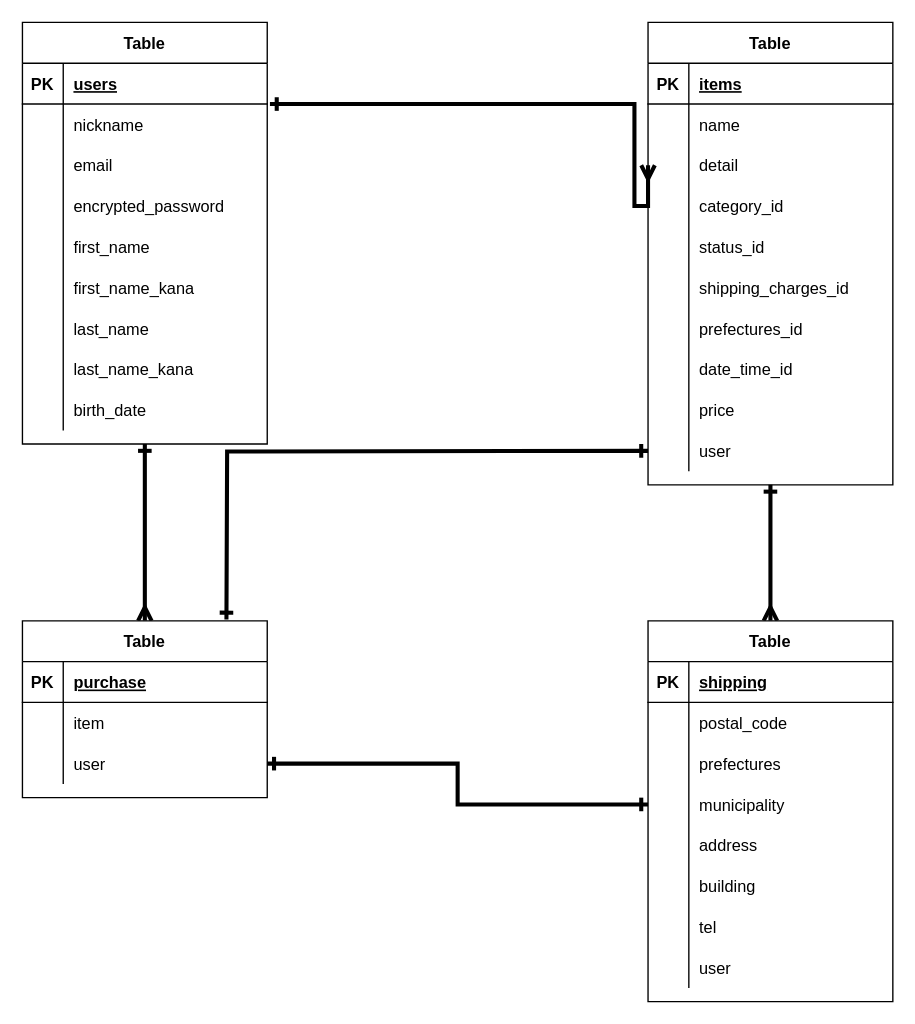
The draw.io diagram furima.dio in kawara0329/furima-35969, before the edit. Source tidied: cells renumbered, new cells numbered last; positions are measured from the earlier drawing's top-left corner, leaving out a move shared by most shapes. Both pictures are drawn from the tidied source at 136%, with x=0, y=0 at pixel (22, 22).
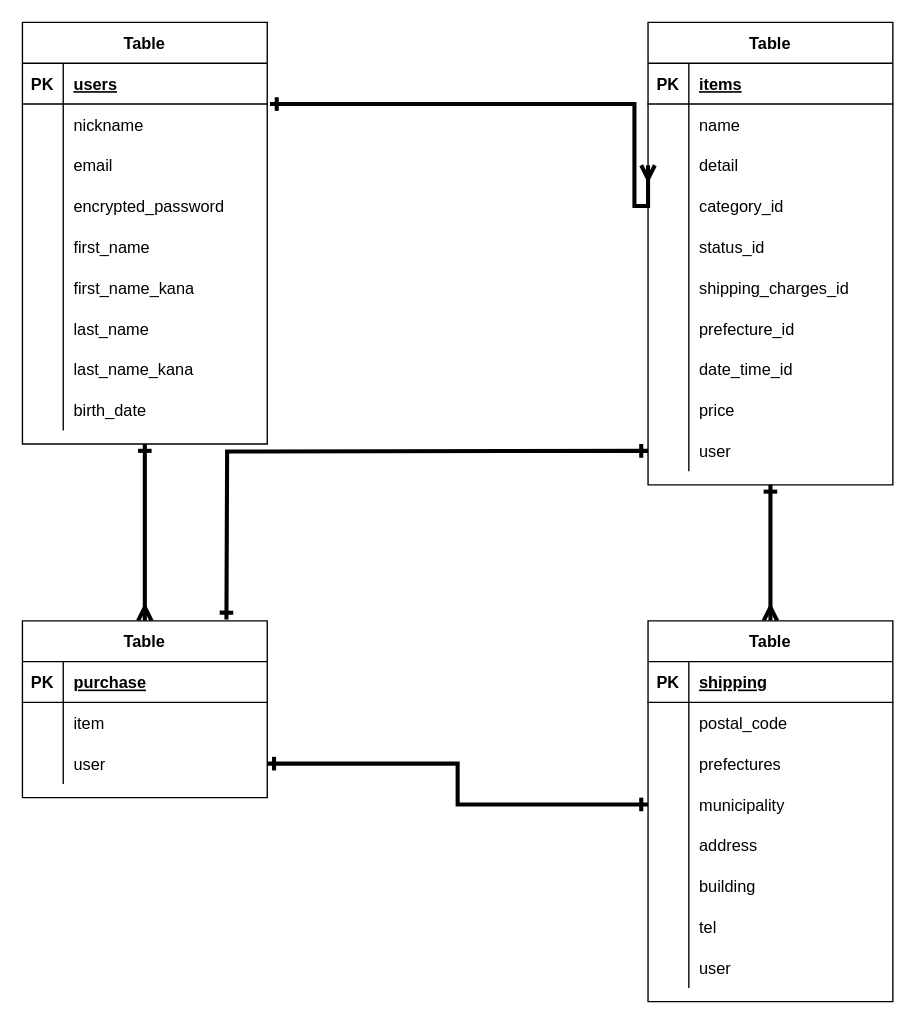
Above is the later version.

The change refers to these unchanged cells:
```xml
<mxCell id="52" style="shape=partialRectangle;fillColor=none;top=0;left=0;bottom=0;right=0;" parent="33" vertex="1">
  <mxGeometry y="210" width="180" height="30" as="geometry" />
</mxCell>
```

The edit, as a diff of the source:
```diff
@@
-    <mxCell id="54" value="prefectures_id" style="shape=partialRectangle;fillColor=none;top=0;left=0;bottom=0;right=0;align=left;spacingLeft=6;overflow=hidden;" parent="52" vertex="1">
+    <mxCell id="54" value="prefecture_id" style="shape=partialRectangle;fillColor=none;top=0;left=0;bottom=0;right=0;align=left;spacingLeft=6;overflow=hidden;" parent="52" vertex="1">
       <mxGeometry x="30" width="150" height="30" as="geometry" />
     </mxCell>
```
